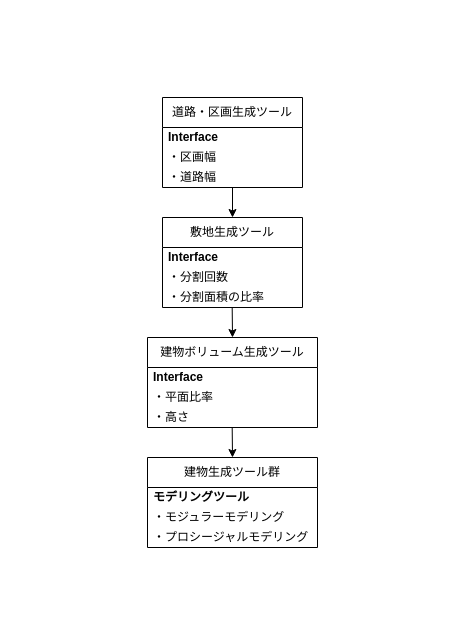
Above: PF/Drawio/CityGenerator_UML.drawio in uminchegject/ToDo (draw.io), before the change. Source tidied: cells renumbered, new cells numbered last; positions are measured from the earlier drawing's top-left corner, leaving out a move shared by most shapes. Both pictures are drawn from the tidied source at 100%, with x=0, y=0 at pixel (17, 17).
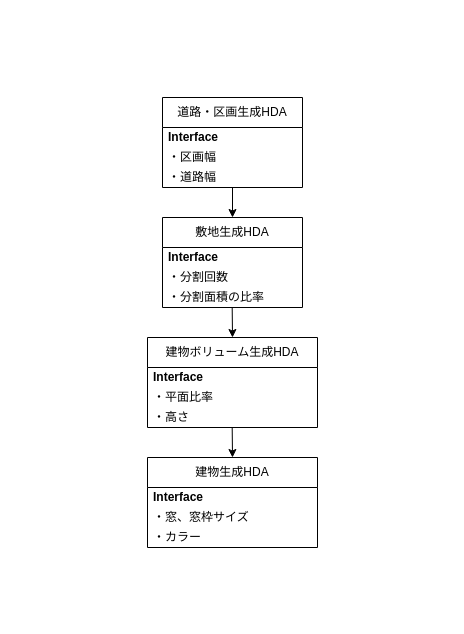
The same diagram, later.

The edit, as a diff of the source:
```diff
@@
-    <mxCell id="3" value="道路・区画生成ツール" style="swimlane;fontStyle=0;horizontal=1;startSize=30;whiteSpace=wrap;html=1;" parent="1" vertex="1">
+    <mxCell id="3" value="道路・区画生成HDA" style="swimlane;fontStyle=0;horizontal=1;startSize=30;whiteSpace=wrap;html=1;" parent="1" vertex="1">
       <mxGeometry x="145" y="80" width="140" height="90" as="geometry" />
     </mxCell>
@@
-    <mxCell id="7" value="敷地生成ツール" style="swimlane;fontStyle=0;horizontal=1;startSize=30;whiteSpace=wrap;html=1;" parent="1" vertex="1">
+    <mxCell id="7" value="敷地生成HDA" style="swimlane;fontStyle=0;horizontal=1;startSize=30;whiteSpace=wrap;html=1;" parent="1" vertex="1">
       <mxGeometry x="145" y="200" width="140" height="90" as="geometry" />
     </mxCell>
@@
-    <mxCell id="11" value="建物ボリューム生成ツール" style="swimlane;fontStyle=0;horizontal=1;startSize=30;whiteSpace=wrap;html=1;" parent="1" vertex="1">
+    <mxCell id="11" value="建物ボリューム生成HDA" style="swimlane;fontStyle=0;horizontal=1;startSize=30;whiteSpace=wrap;html=1;" parent="1" vertex="1">
       <mxGeometry x="130" y="320" width="170" height="90" as="geometry" />
     </mxCell>
@@
-    <mxCell id="16" value="建物生成ツール群" style="swimlane;fontStyle=0;horizontal=1;startSize=30;whiteSpace=wrap;html=1;" parent="1" vertex="1">
+    <mxCell id="16" value="建物生成HDA" style="swimlane;fontStyle=0;horizontal=1;startSize=30;whiteSpace=wrap;html=1;" parent="1" vertex="1">
       <mxGeometry x="130" y="440" width="170" height="90" as="geometry" />
     </mxCell>
-    <mxCell id="17" value="&lt;b&gt;モデリングツール&lt;/b&gt;" style="text;strokeColor=none;fillColor=none;align=left;verticalAlign=middle;spacingLeft=4;spacingRight=4;overflow=hidden;whiteSpace=wrap;html=1;" parent="16" vertex="1">
+    <mxCell id="17" value="&lt;b&gt;Interface&lt;/b&gt;" style="text;strokeColor=none;fillColor=none;align=left;verticalAlign=middle;spacingLeft=4;spacingRight=4;overflow=hidden;whiteSpace=wrap;html=1;" parent="16" vertex="1">
       <mxGeometry y="30" width="170" height="20" as="geometry" />
     </mxCell>
-    <mxCell id="18" value="・モジュラーモデリング" style="text;strokeColor=none;fillColor=none;align=left;verticalAlign=middle;spacingLeft=4;spacingRight=4;overflow=hidden;whiteSpace=wrap;html=1;" parent="16" vertex="1">
+    <mxCell id="18" value="・窓、窓枠サイズ" style="text;strokeColor=none;fillColor=none;align=left;verticalAlign=middle;spacingLeft=4;spacingRight=4;overflow=hidden;whiteSpace=wrap;html=1;" parent="16" vertex="1">
       <mxGeometry y="50" width="170" height="20" as="geometry" />
     </mxCell>
-    <mxCell id="19" value="・プロシージャルモデリング" style="text;strokeColor=none;fillColor=none;align=left;verticalAlign=middle;spacingLeft=4;spacingRight=4;overflow=hidden;whiteSpace=wrap;html=1;" parent="16" vertex="1">
+    <mxCell id="19" value="・カラー" style="text;strokeColor=none;fillColor=none;align=left;verticalAlign=middle;spacingLeft=4;spacingRight=4;overflow=hidden;whiteSpace=wrap;html=1;" parent="16" vertex="1">
       <mxGeometry y="70" width="170" height="20" as="geometry" />
     </mxCell>
```
